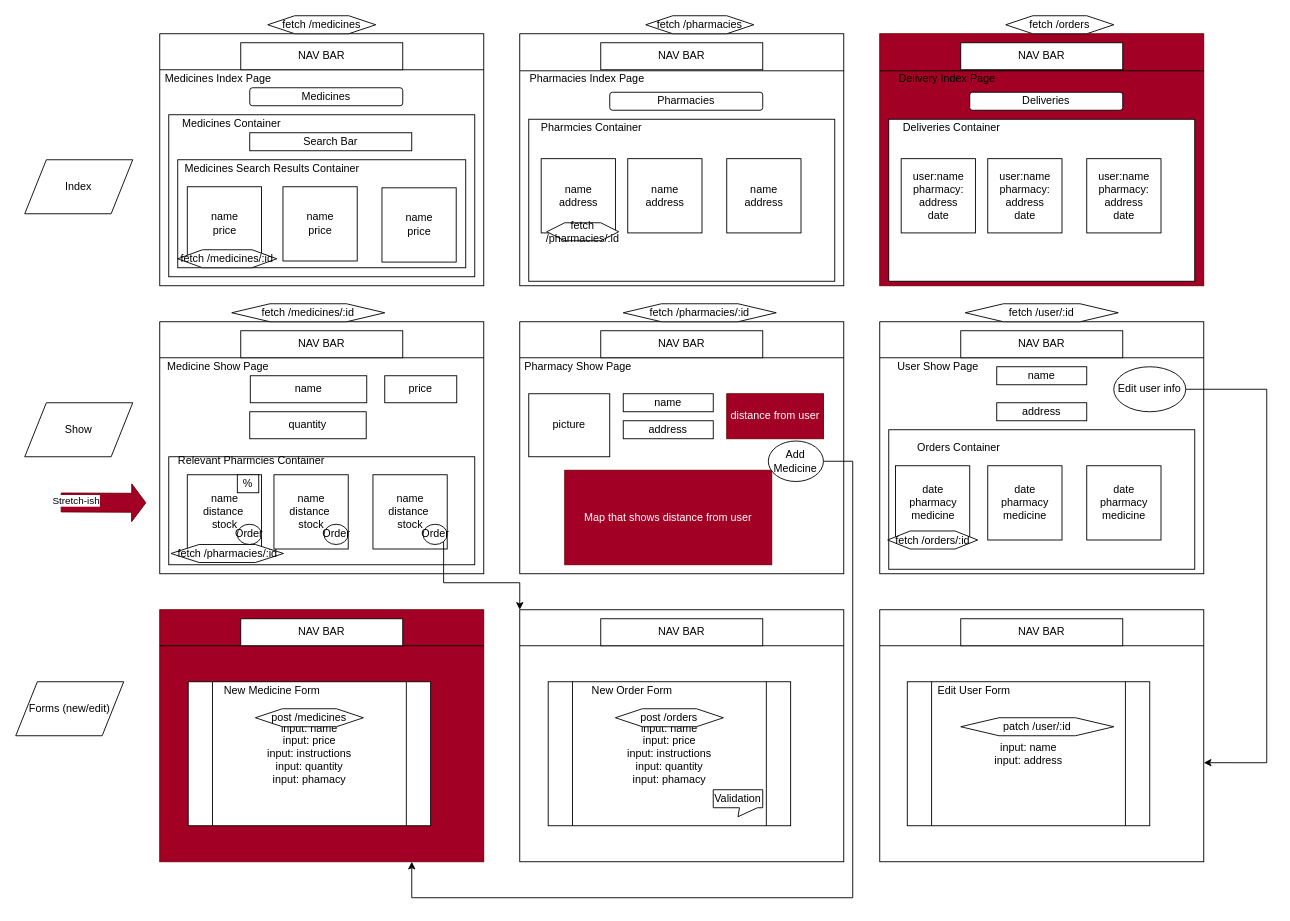
This is wireframe.drawio from gbenga/mod5-project, a draw.io file, before an edit. Source tidied: cells renumbered, new cells numbered last; positions are measured from the earlier drawing's top-left corner, leaving out a move shared by most shapes. Both pictures are drawn from the tidied source at 90%, with x=0, y=0 at pixel (15, 15).
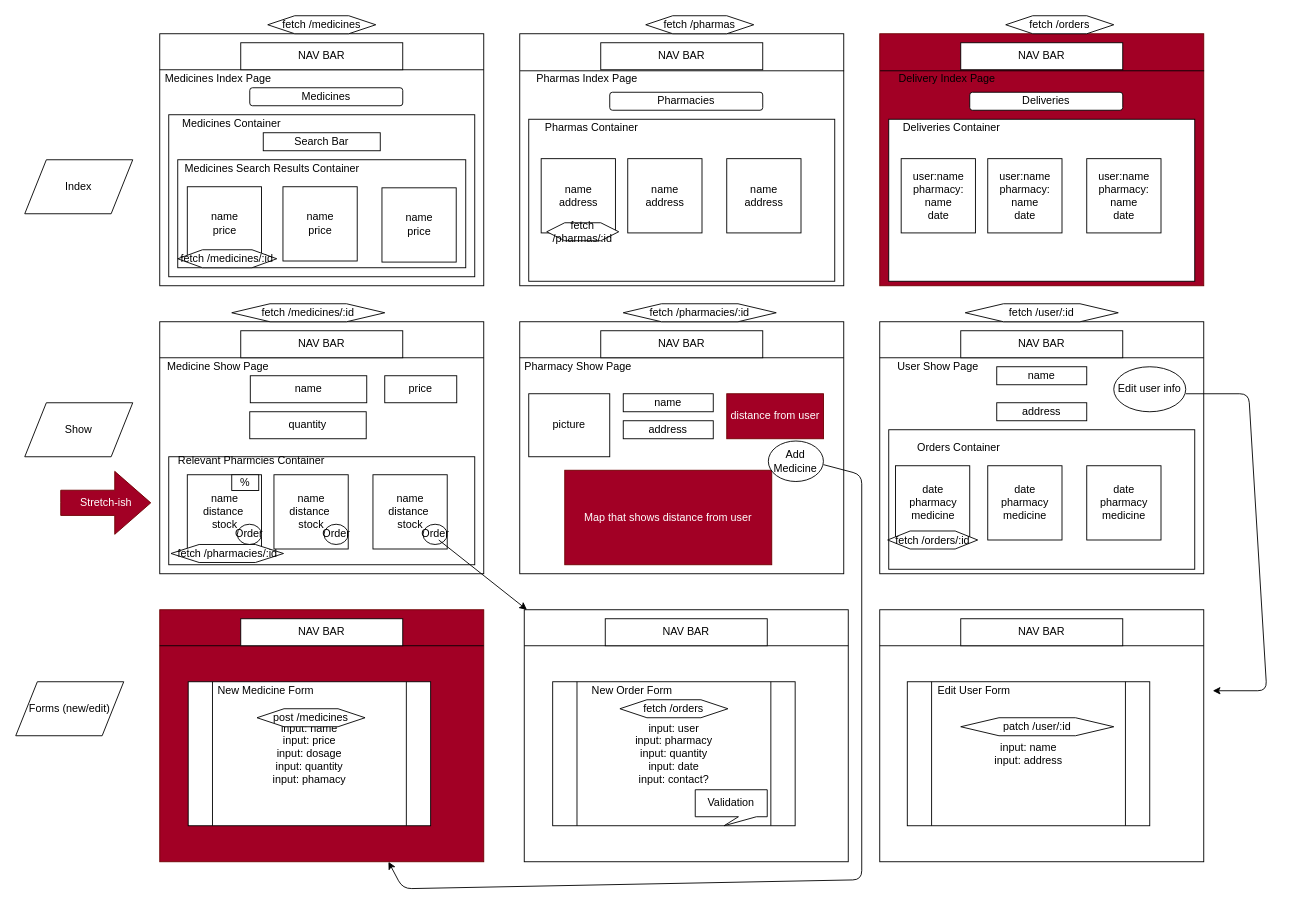
After the change.

Commit message (it also covers changes not shown here):
Create Pharmacy Index Page, renddering cards to fetch data independently.

Unchanged cells that the change refers to:
```xml
<mxCell id="2" style="rounded=0;whiteSpace=wrap;html=1;" parent="1" vertex="1">
  <mxGeometry x="960" y="660" width="360" height="280" as="geometry" />
</mxCell>
<mxCell id="10" style="rounded=0;whiteSpace=wrap;html=1;fillColor=#a20025;strokeColor=#6F0000;fontColor=#ffffff;" parent="1" vertex="1">
  <mxGeometry x="160" y="660" width="360" height="280" as="geometry" />
</mxCell>
<mxCell id="70" value="Order" style="ellipse;whiteSpace=wrap;html=1;" parent="1" vertex="1">
  <mxGeometry x="452.5" y="565" width="26.9" height="22.5" as="geometry" />
</mxCell>
<mxCell id="87" value="Edit user info" style="ellipse;whiteSpace=wrap;html=1;" parent="1" vertex="1">
  <mxGeometry x="1220" y="390" width="80" height="50" as="geometry" />
</mxCell>
<mxCell id="92" value="Add Medicine" style="ellipse;whiteSpace=wrap;html=1;" parent="1" vertex="1">
  <mxGeometry x="836.2" y="472.5" width="61.2" height="45" as="geometry" />
</mxCell>
```

Diff of the diagram source:
```diff
@@
-    <mxCell id="16" value="Pharmacies Index Page" style="text;html=1;strokeColor=none;fillColor=none;align=center;verticalAlign=middle;whiteSpace=wrap;rounded=0;" parent="1" vertex="1">
+    <mxCell id="16" value="Pharmas Index Page" style="text;html=1;strokeColor=none;fillColor=none;align=center;verticalAlign=middle;whiteSpace=wrap;rounded=0;" parent="1" vertex="1">
       <mxGeometry x="560" y="60" width="150" height="20" as="geometry" />
     </mxCell>
@@
-    <mxCell id="30" value="fetch /pharmacies" style="shape=hexagon;perimeter=hexagonPerimeter2;whiteSpace=wrap;html=1;" parent="1" vertex="1">
+    <mxCell id="30" value="fetch /pharmas" style="shape=hexagon;perimeter=hexagonPerimeter2;whiteSpace=wrap;html=1;" parent="1" vertex="1">
       <mxGeometry x="700" width="120" height="20" as="geometry" />
     </mxCell>
@@
-    <mxCell id="50" value="Pharmcies Container" style="text;html=1;strokeColor=none;fillColor=none;align=center;verticalAlign=middle;whiteSpace=wrap;rounded=0;" parent="1" vertex="1">
+    <mxCell id="50" value="Pharmas Container" style="text;html=1;strokeColor=none;fillColor=none;align=center;verticalAlign=middle;whiteSpace=wrap;rounded=0;" parent="1" vertex="1">
       <mxGeometry x="570" y="115" width="140" height="20" as="geometry" />
     </mxCell>
@@
-    <mxCell id="55" value="user:name&lt;br&gt;pharmacy: address&lt;br&gt;date" style="whiteSpace=wrap;html=1;" parent="1" vertex="1">
+    <mxCell id="55" value="user:name&lt;br&gt;pharmacy: name&lt;br&gt;date" style="whiteSpace=wrap;html=1;" parent="1" vertex="1">
       <mxGeometry x="983.8" y="158.8" width="82.5" height="82.5" as="geometry" />
     </mxCell>
@@
-    <mxCell id="57" value="user:name&lt;br&gt;pharmacy: address&lt;br&gt;date" style="whiteSpace=wrap;html=1;" parent="1" vertex="1">
+    <mxCell id="57" value="user:name&lt;br&gt;pharmacy: name&lt;br&gt;date" style="whiteSpace=wrap;html=1;" parent="1" vertex="1">
       <mxGeometry x="1080" y="158.8" width="82.5" height="82.5" as="geometry" />
     </mxCell>
-    <mxCell id="58" value="user:name&lt;br&gt;pharmacy: address&lt;br&gt;date" style="whiteSpace=wrap;html=1;" parent="1" vertex="1">
+    <mxCell id="58" value="user:name&lt;br&gt;pharmacy: name&lt;br&gt;date" style="whiteSpace=wrap;html=1;" parent="1" vertex="1">
       <mxGeometry x="1190" y="158.8" width="82.5" height="82.5" as="geometry" />
     </mxCell>
@@
-    <mxCell id="69" style="edgeStyle=orthogonalEdgeStyle;rounded=0;jettySize=auto;html=1;exitX=1;exitY=1;exitDx=0;exitDy=0;entryX=0;entryY=0;entryDx=0;entryDy=0;" parent="1" edge="1" source="70" target="102">
-      <mxGeometry relative="1" as="geometry">
-        <Array as="points">
-          <mxPoint x="475" y="630" />
-          <mxPoint x="560" y="630" />
-        </Array>
-      </mxGeometry>
-    </mxCell>
@@
-    <mxCell id="86" style="edgeStyle=orthogonalEdgeStyle;rounded=0;jettySize=auto;html=1;exitX=1;exitY=0.5;exitDx=0;exitDy=0;entryX=1;entryY=0.607;entryDx=0;entryDy=0;entryPerimeter=0;" parent="1" edge="1" source="87" target="2">
-      <mxGeometry relative="1" as="geometry">
-        <Array as="points">
-          <mxPoint x="1390" y="415" />
-          <mxPoint x="1390" y="830" />
-        </Array>
-      </mxGeometry>
-    </mxCell>
@@
-    <mxCell id="90" value="fetch /pharmacies/:id" style="shape=hexagon;perimeter=hexagonPerimeter2;whiteSpace=wrap;html=1;" parent="1" vertex="1">
+    <mxCell id="90" value="fetch /pharmas/:id" style="shape=hexagon;perimeter=hexagonPerimeter2;whiteSpace=wrap;html=1;" parent="1" vertex="1">
       <mxGeometry x="590" y="230" width="80" height="20" as="geometry" />
     </mxCell>
-    <mxCell id="91" style="edgeStyle=orthogonalEdgeStyle;rounded=0;jettySize=auto;html=1;exitX=1;exitY=0.5;exitDx=0;exitDy=0;" parent="1" edge="1" source="92" target="10">
-      <mxGeometry relative="1" as="geometry">
-        <Array as="points">
-          <mxPoint x="930" y="495" />
-          <mxPoint x="930" y="980" />
-          <mxPoint x="440" y="980" />
-        </Array>
-      </mxGeometry>
-    </mxCell>
@@
-    <mxCell id="93" value="input: name&lt;br&gt;input: price&lt;br&gt;input: instructions&lt;br&gt;input: quantity&lt;br&gt;input: phamacy" style="shape=process;whiteSpace=wrap;html=1;backgroundOutline=1;" parent="1" vertex="1">
+    <mxCell id="93" value="input: name&lt;br&gt;input: price&lt;br&gt;input: dosage&lt;br&gt;input: quantity&lt;br&gt;input: phamacy" style="shape=process;whiteSpace=wrap;html=1;backgroundOutline=1;" parent="1" vertex="1">
       <mxGeometry x="191.6" y="740" width="269.4" height="160" as="geometry" />
     </mxCell>
     <mxCell id="94" value="post /medicines" style="shape=hexagon;perimeter=hexagonPerimeter2;whiteSpace=wrap;html=1;" parent="1" vertex="1">
-      <mxGeometry x="266.3" y="770" width="120" height="20" as="geometry" />
+      <mxGeometry x="268.1" y="770" width="120" height="20" as="geometry" />
     </mxCell>
@@
+    <mxCell id="111" value="Search Bar" style="rounded=0;whiteSpace=wrap;html=1;" parent="1" vertex="1">
+      <mxGeometry x="275" y="130" width="130" height="20" as="geometry" />
+    </mxCell>
+    <mxCell id="112" style="rounded=0;whiteSpace=wrap;html=1;" parent="1" vertex="1">
+      <mxGeometry x="565" y="660" width="360" height="280" as="geometry" />
+    </mxCell>
+    <mxCell id="113" style="endArrow=none;html=1;exitX=0.001;exitY=0.147;exitDx=0;exitDy=0;exitPerimeter=0;entryX=1.001;entryY=0.147;entryDx=0;entryDy=0;entryPerimeter=0;" parent="1" edge="1">
+      <mxGeometry relative="1" as="geometry">
+        <mxPoint x="565" y="700" as="sourcePoint" />
+        <mxPoint x="925" y="700" as="targetPoint" />
+      </mxGeometry>
+    </mxCell>
+    <mxCell id="104" value="NAV BAR" style="rounded=0;whiteSpace=wrap;html=1;" parent="1" vertex="1">
+      <mxGeometry x="655" y="670" width="180" height="30" as="geometry" />
+    </mxCell>
+    <mxCell id="114" value="input: user&lt;br&gt;input: pharmacy&lt;br&gt;input: quantity&lt;br&gt;input: date&lt;br&gt;input: contact?" style="shape=process;whiteSpace=wrap;html=1;backgroundOutline=1;" parent="1" vertex="1">
+      <mxGeometry x="596.6" y="740" width="269.4" height="160" as="geometry" />
+    </mxCell>
+    <mxCell id="115" value="fetch /orders" style="shape=hexagon;perimeter=hexagonPerimeter2;whiteSpace=wrap;html=1;" parent="1" vertex="1">
+      <mxGeometry x="671.3" y="760" width="120" height="20" as="geometry" />
+    </mxCell>
+    <mxCell id="116" style="endArrow=classic;html=1;" parent="1" edge="1" target="112">
+      <mxGeometry relative="1" as="geometry">
+        <mxPoint x="470" y="582.5" as="sourcePoint" />
+      </mxGeometry>
+    </mxCell>
+    <mxCell id="108" value="Validation" style="shape=callout;whiteSpace=wrap;html=1;perimeter=calloutPerimeter;position2=0.4;size=10;position=0.6;" parent="1" vertex="1">
+      <mxGeometry x="755" y="860" width="80" height="40" as="geometry" />
+    </mxCell>
+    <mxCell id="100" value="%" style="rounded=0;whiteSpace=wrap;html=1;" parent="1" vertex="1">
+      <mxGeometry x="240" y="510" width="30" height="17.5" as="geometry" />
+    </mxCell>
+    <mxCell id="117" style="endArrow=classic;html=1;" parent="1" edge="1" target="10">
+      <mxGeometry relative="1" as="geometry">
+        <mxPoint x="897.5" y="498.8" as="sourcePoint" />
+        <Array as="points">
+          <mxPoint x="940" y="510" />
+          <mxPoint x="940" y="960" />
+          <mxPoint x="430" y="970" />
+        </Array>
+      </mxGeometry>
+    </mxCell>
+    <mxCell id="118" style="endArrow=classic;html=1;" parent="1" edge="1">
+      <mxGeometry relative="1" as="geometry">
+        <mxPoint x="1300" y="420" as="sourcePoint" />
+        <mxPoint x="1330" y="750" as="targetPoint" />
+        <Array as="points">
+          <mxPoint x="1370" y="420" />
+          <mxPoint x="1390" y="750" />
+        </Array>
+      </mxGeometry>
+    </mxCell>
+    <mxCell id="101" value="New Medicine Form" style="text;html=1;strokeColor=none;fillColor=none;align=center;verticalAlign=middle;whiteSpace=wrap;rounded=0;" parent="1" vertex="1">
+      <mxGeometry x="212.5" y="740" width="130" height="20" as="geometry" />
+    </mxCell>
+    <mxCell id="107" value="New Order Form" style="text;html=1;strokeColor=none;fillColor=none;align=center;verticalAlign=middle;whiteSpace=wrap;rounded=0;" parent="1" vertex="1">
+      <mxGeometry x="620" y="740" width="130" height="20" as="geometry" />
+    </mxCell>
-    <mxCell id="99" value="Search Bar" style="rounded=0;whiteSpace=wrap;html=1;" parent="1" vertex="1">
-      <mxGeometry x="260" y="130" width="180" height="20" as="geometry" />
+    <mxCell id="99" value="Stretch-ish" style="html=1;shadow=0;dashed=0;align=center;verticalAlign=middle;shape=mxgraph.arrows2.arrow;dy=0.6;dx=40;notch=0;fillColor=#a20025;strokeColor=#6F0000;fontColor=#ffffff;" parent="1" vertex="1">
+      <mxGeometry x="50" y="506.2" width="100" height="70" as="geometry" />
     </mxCell>
-    <mxCell id="100" value="%" style="rounded=0;whiteSpace=wrap;html=1;" parent="1" vertex="1">
-      <mxGeometry x="246.2" y="510" width="23.8" height="20" as="geometry" />
-    </mxCell>
-    <mxCell id="101" value="New Medicine Form" style="text;html=1;strokeColor=none;fillColor=none;align=center;verticalAlign=middle;whiteSpace=wrap;rounded=0;" parent="1" vertex="1">
-      <mxGeometry x="220" y="740" width="130" height="20" as="geometry" />
-    </mxCell>
-    <mxCell id="102" style="rounded=0;whiteSpace=wrap;html=1;" parent="1" vertex="1">
-      <mxGeometry x="560" y="660" width="360" height="280" as="geometry" />
-    </mxCell>
-    <mxCell id="103" style="endArrow=none;html=1;exitX=0.001;exitY=0.147;exitDx=0;exitDy=0;exitPerimeter=0;entryX=1.001;entryY=0.147;entryDx=0;entryDy=0;entryPerimeter=0;" parent="1" edge="1">
-      <mxGeometry relative="1" as="geometry">
-        <mxPoint x="560" y="700" as="sourcePoint" />
-        <mxPoint x="920" y="700" as="targetPoint" />
-      </mxGeometry>
-    </mxCell>
-    <mxCell id="104" value="NAV BAR" style="rounded=0;whiteSpace=wrap;html=1;" parent="1" vertex="1">
-      <mxGeometry x="650" y="670" width="180" height="30" as="geometry" />
-    </mxCell>
-    <mxCell id="105" value="input: name&lt;br&gt;input: price&lt;br&gt;input: instructions&lt;br&gt;input: quantity&lt;br&gt;input: phamacy" style="shape=process;whiteSpace=wrap;html=1;backgroundOutline=1;" parent="1" vertex="1">
-      <mxGeometry x="591.6" y="740" width="269.4" height="160" as="geometry" />
-    </mxCell>
-    <mxCell id="106" value="post /orders" style="shape=hexagon;perimeter=hexagonPerimeter2;whiteSpace=wrap;html=1;" parent="1" vertex="1">
-      <mxGeometry x="666.3" y="770" width="120" height="20" as="geometry" />
-    </mxCell>
-    <mxCell id="107" value="New Order Form" style="text;html=1;strokeColor=none;fillColor=none;align=center;verticalAlign=middle;whiteSpace=wrap;rounded=0;" parent="1" vertex="1">
-      <mxGeometry x="620" y="740" width="130" height="20" as="geometry" />
-    </mxCell>
-    <mxCell id="108" value="Validation" style="shape=callout;whiteSpace=wrap;html=1;perimeter=calloutPerimeter;size=10;position=0.53;" parent="1" vertex="1">
-      <mxGeometry x="775" y="860" width="55" height="30" as="geometry" />
-    </mxCell>
-    <mxCell id="109" style="shape=flexArrow;endArrow=classic;html=1;width=21;endSize=4.9;fillColor=#a20025;strokeColor=#6F0000;" parent="1" edge="1">
-      <mxGeometry relative="1" as="geometry">
-        <mxPoint x="50" y="540.8" as="sourcePoint" />
-        <mxPoint x="145" y="541.2" as="targetPoint" />
-      </mxGeometry>
-    </mxCell>
-    <mxCell id="110" value="Stretch-ish" style="edgeLabel;html=1;align=center;verticalAlign=middle;" parent="109" vertex="1">
-      <mxGeometry x="-0.66" y="2" relative="1" as="geometry" />
-    </mxCell>
```
